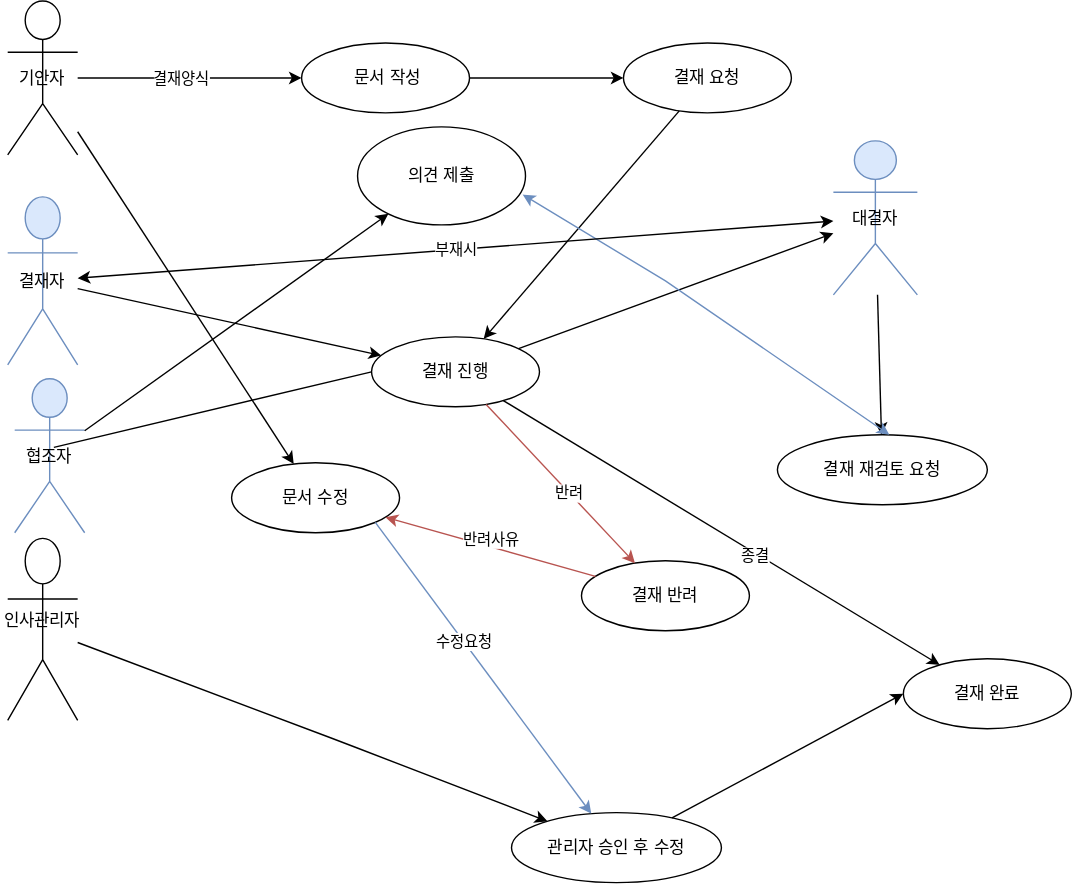
Before: document/다이어그램 결재함관리2.drawio.svg, a diagram exported from draw.io (sunday1284/jsp_spring02). Source tidied: cells renumbered, new cells last; positions are measured from the earlier drawing's top-left corner, leaving out a move shared by most shapes.
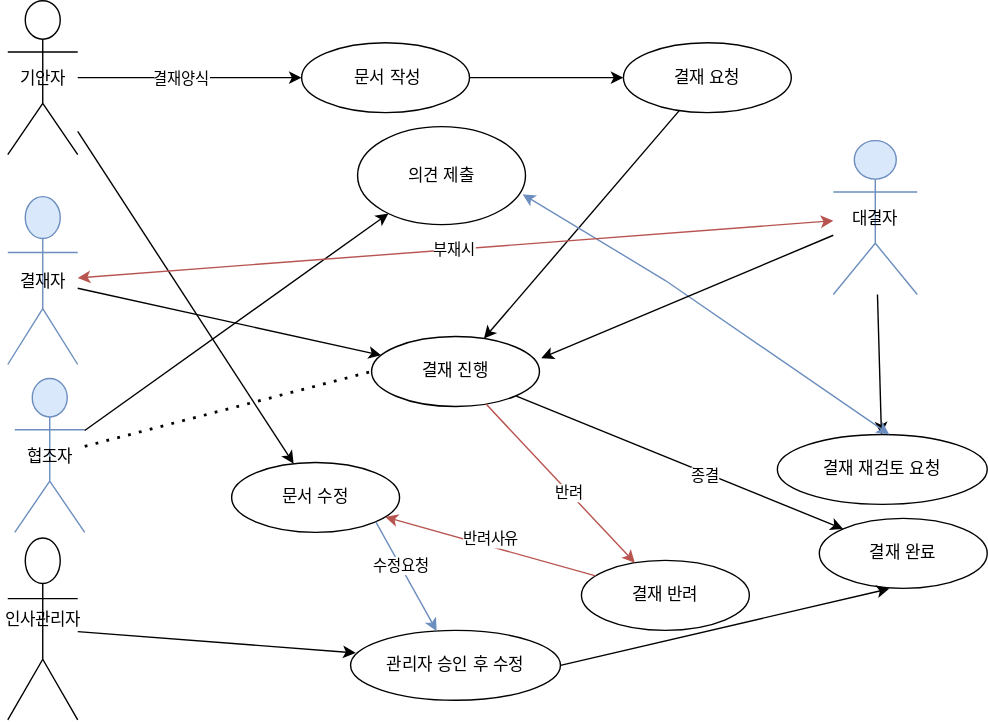
Above is the later version.

Commit message:
다이어그램 결재함관리2.drawio.svg 업데이트

Diff of the diagram source:
```diff
@@ -40,9 +40,6 @@
     <mxCell id="13" parent="1" edge="1" source="3" target="11">
       <mxGeometry relative="1" as="geometry" />
     </mxCell>
-    <mxCell id="14" parent="1" edge="1" source="11" target="4">
-      <mxGeometry relative="1" as="geometry" />
-    </mxCell>
     <mxCell id="15" value="결재 재검토 요청" style="ellipse;whiteSpace=wrap;html=1;" parent="1" vertex="1">
       <mxGeometry x="550" y="310" width="150" height="50" as="geometry" />
     </mxCell>
@@ -50,7 +47,7 @@
       <mxGeometry relative="1" as="geometry" />
     </mxCell>
     <mxCell id="17" value="결재 완료" style="ellipse;whiteSpace=wrap;html=1;" parent="1" vertex="1">
-      <mxGeometry x="640" y="470" width="120" height="50" as="geometry" />
+      <mxGeometry x="580" y="370" width="120" height="50" as="geometry" />
     </mxCell>
     <mxCell id="18" parent="1" edge="1" source="11" target="17">
       <mxGeometry relative="1" as="geometry" />
@@ -82,7 +79,7 @@
       </mxGeometry>
     </mxCell>
     <mxCell id="27" value="관리자 승인 후 수정" style="ellipse;whiteSpace=wrap;html=1;" parent="1" vertex="1">
-      <mxGeometry x="360" y="580" width="150" height="50" as="geometry" />
+      <mxGeometry x="245" y="450" width="150" height="50" as="geometry" />
     </mxCell>
     <mxCell id="28" style="fillColor=#dae8fc;strokeColor=#6c8ebf;exitX=1;exitY=1;exitDx=0;exitDy=0;" parent="1" edge="1" source="23" target="27">
       <mxGeometry relative="1" as="geometry" />
@@ -90,13 +87,6 @@
     <mxCell id="29" value="수정요청" style="edgeLabel;html=1;align=center;verticalAlign=middle;" parent="28" vertex="1">
       <mxGeometry x="-0.19" relative="1" as="geometry" />
     </mxCell>
-    <mxCell id="30" parent="1" edge="1" source="5" target="27">
-      <mxGeometry relative="1" as="geometry">
-        <Array as="points">
-          <mxPoint x="240" y="530" />
-        </Array>
-      </mxGeometry>
-    </mxCell>
     <mxCell id="31" value="협조자" style="shape=umlActor;fillColor=#dae8fc;strokeColor=#6c8ebf;" parent="1" vertex="1">
       <mxGeometry x="5" y="270" width="50" height="110" as="geometry" />
     </mxCell>
@@ -106,11 +96,6 @@
     <mxCell id="33" style="endArrow=classic;html=1;rounded=0;" parent="1" edge="1" source="31" target="32">
       <mxGeometry relative="1" as="geometry" />
     </mxCell>
-    <mxCell id="34" style="endArrow=none;html=1;rounded=0;entryX=0;entryY=0.5;entryDx=0;entryDy=0;" parent="1" edge="1" target="11">
-      <mxGeometry relative="1" as="geometry">
-        <mxPoint x="33" y="319" as="sourcePoint" />
-      </mxGeometry>
-    </mxCell>
     <mxCell id="35" style="endArrow=classic;startArrow=classic;html=1;rounded=0;exitX=0.983;exitY=0.691;exitDx=0;exitDy=0;exitPerimeter=0;fillColor=#dae8fc;strokeColor=#6c8ebf;" parent="1" edge="1" source="32">
       <mxGeometry relative="1" as="geometry">
         <mxPoint x="630" y="310" as="targetPoint" />
@@ -119,11 +104,20 @@
         </Array>
       </mxGeometry>
     </mxCell>
-    <mxCell id="36" style="endArrow=classic;html=1;rounded=0;entryX=0;entryY=0.5;entryDx=0;entryDy=0;" parent="1" edge="1" source="27" target="17">
+    <mxCell id="36" style="endArrow=classic;html=1;rounded=0;entryX=0.417;entryY=1.005;entryDx=0;entryDy=0;exitX=1;exitY=0.5;exitDx=0;exitDy=0;entryPerimeter=0;" parent="1" edge="1" source="27" target="17">
       <mxGeometry relative="1" as="geometry" />
     </mxCell>
-    <mxCell id="37" value="부재시" style="endArrow=classic;startArrow=classic;html=1;rounded=0;" parent="1" edge="1" source="3" target="4">
+    <mxCell id="37" value="부재시" style="endArrow=classic;startArrow=classic;html=1;rounded=0;fillColor=#f8cecc;strokeColor=#b85450;" parent="1" edge="1" source="3" target="4">
       <mxGeometry relative="1" as="geometry" />
     </mxCell>
+    <mxCell id="38" style="endArrow=classic;html=1;rounded=0;entryX=1.011;entryY=0.309;entryDx=0;entryDy=0;entryPerimeter=0;" parent="1" edge="1" source="4" target="11">
+      <mxGeometry relative="1" as="geometry" />
+    </mxCell>
+    <mxCell id="30" style="endArrow=classic;html=1;rounded=0;entryX=0.024;entryY=0.322;entryDx=0;entryDy=0;entryPerimeter=0;" parent="1" edge="1" source="5" target="27">
+      <mxGeometry relative="1" as="geometry" />
+    </mxCell>
+    <mxCell id="39" style="endArrow=none;dashed=1;html=1;dashPattern=1 3;strokeWidth=2;rounded=0;entryX=0;entryY=0.5;entryDx=0;entryDy=0;" parent="1" edge="1" source="31" target="11">
+      <mxGeometry relative="1" as="geometry" />
+    </mxCell>
   </root>
 </mxGraphModel>
```
